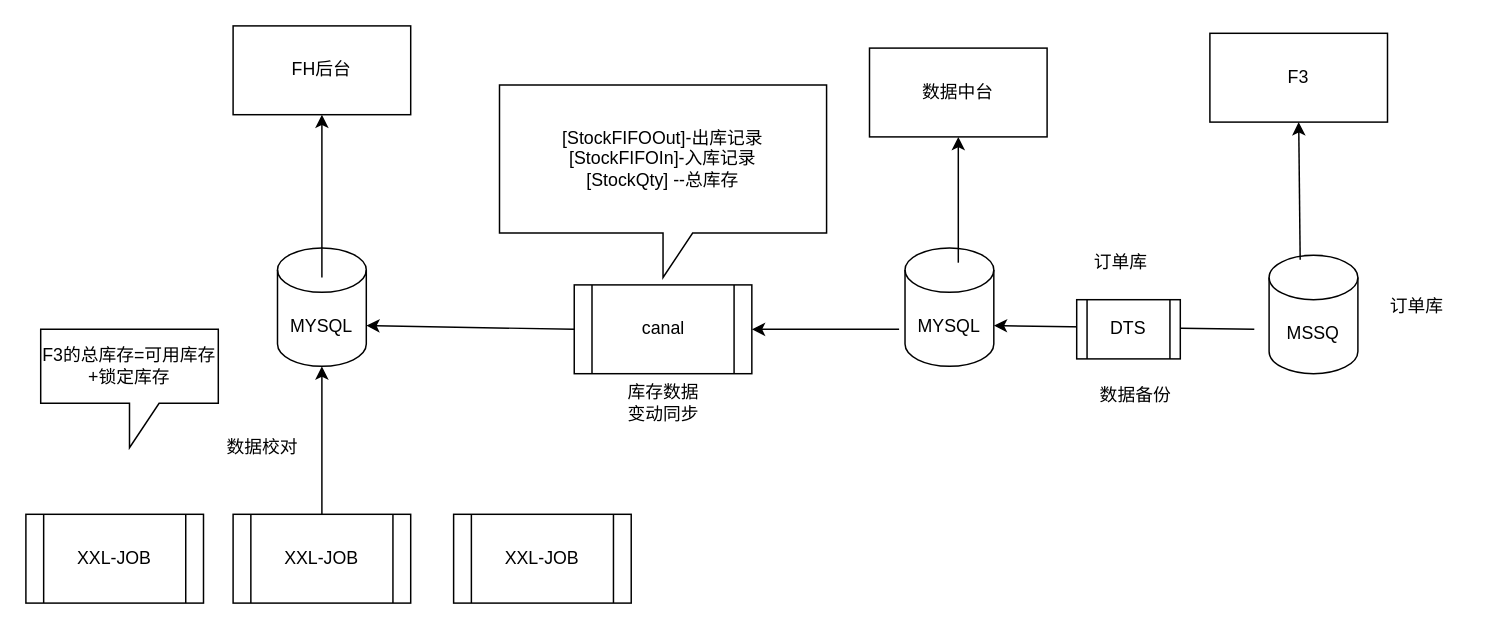
The draw.io diagram SketchMap/库存管理示意图.drawio in liuyunlong1229/aaa, before the edit. Source tidied: cells renumbered, new cells numbered last; positions are measured from the earlier drawing's top-left corner, leaving out a move shared by most shapes. Both pictures are drawn from the tidied source at 148%, with x=0, y=0 at pixel (25, 25).
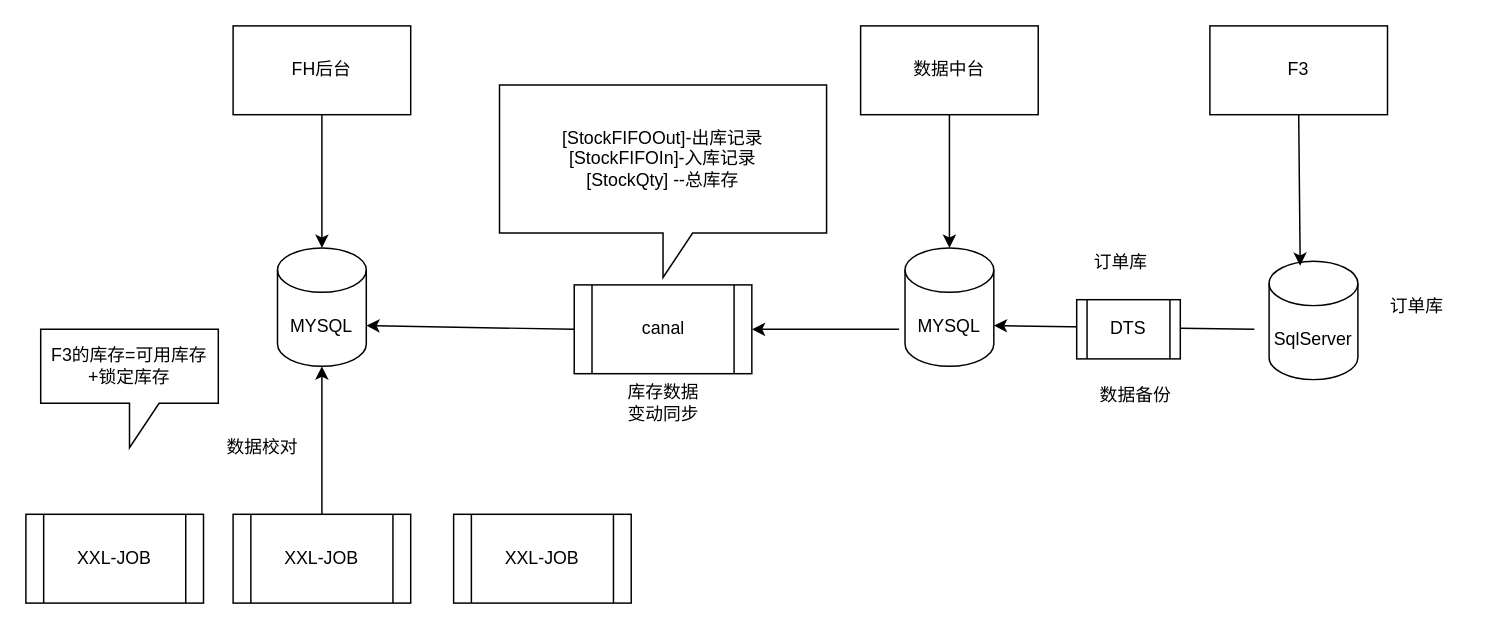
The same page after the edit.

Commit message:
更新库存管理示意图.drawio

The change refers to these unchanged cells:
```xml
<mxCell id="4" value="FH后台" style="rounded=0;whiteSpace=wrap;html=1;" parent="1" vertex="1">
  <mxGeometry x="140" width="120" height="60" as="geometry" />
</mxCell>
<mxCell id="5" value="MYSQL" style="shape=cylinder3;whiteSpace=wrap;html=1;boundedLbl=1;backgroundOutline=1;size=15;" parent="1" vertex="1">
  <mxGeometry x="594" y="150" width="60" height="80" as="geometry" />
</mxCell>
<mxCell id="14" value="MYSQL" style="shape=cylinder3;whiteSpace=wrap;html=1;boundedLbl=1;backgroundOutline=1;size=15;" parent="1" vertex="1">
  <mxGeometry x="170" y="150" width="60" height="80" as="geometry" />
</mxCell>
```

Change to the diagram source:
```diff
@@
     <mxCell id="2" value="数据中台" style="rounded=0;whiteSpace=wrap;html=1;" parent="1" vertex="1">
-      <mxGeometry x="570" y="15" width="120" height="60" as="geometry" />
+      <mxGeometry x="564" width="120" height="60" as="geometry" />
     </mxCell>
     <mxCell id="3" value="F3" style="rounded=0;whiteSpace=wrap;html=1;" parent="1" vertex="1">
-      <mxGeometry x="800" y="5" width="120" height="60" as="geometry" />
+      <mxGeometry x="800" width="120" height="60" as="geometry" />
     </mxCell>
@@
-    <mxCell id="6" value="MSSQ" style="shape=cylinder3;whiteSpace=wrap;html=1;boundedLbl=1;backgroundOutline=1;size=15;" parent="1" vertex="1">
-      <mxGeometry x="840" y="155" width="60" height="80" as="geometry" />
+    <mxCell id="6" value="SqlServer" style="shape=cylinder3;whiteSpace=wrap;html=1;boundedLbl=1;backgroundOutline=1;size=15;" parent="1" vertex="1">
+      <mxGeometry x="840" y="159" width="60" height="80" as="geometry" />
     </mxCell>
-    <mxCell id="7" style="endArrow=classic;html=1;rounded=0;exitX=0.35;exitY=0.038;exitDx=0;exitDy=0;exitPerimeter=0;" parent="1" edge="1" source="6">
-      <mxGeometry relative="1" as="geometry">
-        <mxPoint x="860" y="65" as="targetPoint" />
-      </mxGeometry>
-    </mxCell>
-    <mxCell id="8" style="endArrow=classic;html=1;rounded=0;exitX=0.6;exitY=0.125;exitDx=0;exitDy=0;exitPerimeter=0;" parent="1" edge="1" source="5">
-      <mxGeometry relative="1" as="geometry">
-        <mxPoint x="630" y="75" as="targetPoint" />
-      </mxGeometry>
-    </mxCell>
@@
-    <mxCell id="15" style="endArrow=classic;html=1;rounded=0;exitX=0.5;exitY=0.25;exitDx=0;exitDy=0;exitPerimeter=0;" parent="1" edge="1" source="14">
-      <mxGeometry relative="1" as="geometry">
-        <mxPoint x="200" y="60" as="targetPoint" />
-      </mxGeometry>
-    </mxCell>
@@
-    <mxCell id="26" value="F3的总库存=可用库存+锁定库存" style="shape=callout;whiteSpace=wrap;html=1;perimeter=calloutPerimeter;" parent="1" vertex="1">
+    <mxCell id="26" value="F3的库存=可用库存+锁定库存" style="shape=callout;whiteSpace=wrap;html=1;perimeter=calloutPerimeter;" parent="1" vertex="1">
       <mxGeometry x="10" y="205" width="120" height="80" as="geometry" />
     </mxCell>
+    <mxCell id="27" style="endArrow=classic;html=1;rounded=0;entryX=0.5;entryY=0;entryDx=0;entryDy=0;entryPerimeter=0;exitX=0.5;exitY=1;exitDx=0;exitDy=0;" parent="1" edge="1" source="4" target="14">
+      <mxGeometry relative="1" as="geometry" />
+    </mxCell>
+    <mxCell id="28" style="endArrow=classic;html=1;rounded=0;exitX=0.5;exitY=1;exitDx=0;exitDy=0;" parent="1" edge="1" source="2" target="5">
+      <mxGeometry relative="1" as="geometry" />
+    </mxCell>
+    <mxCell id="29" style="endArrow=classic;html=1;rounded=0;exitX=0.5;exitY=1;exitDx=0;exitDy=0;entryX=0.35;entryY=0.038;entryDx=0;entryDy=0;entryPerimeter=0;" parent="1" edge="1" source="3" target="6">
+      <mxGeometry relative="1" as="geometry" />
+    </mxCell>
```
